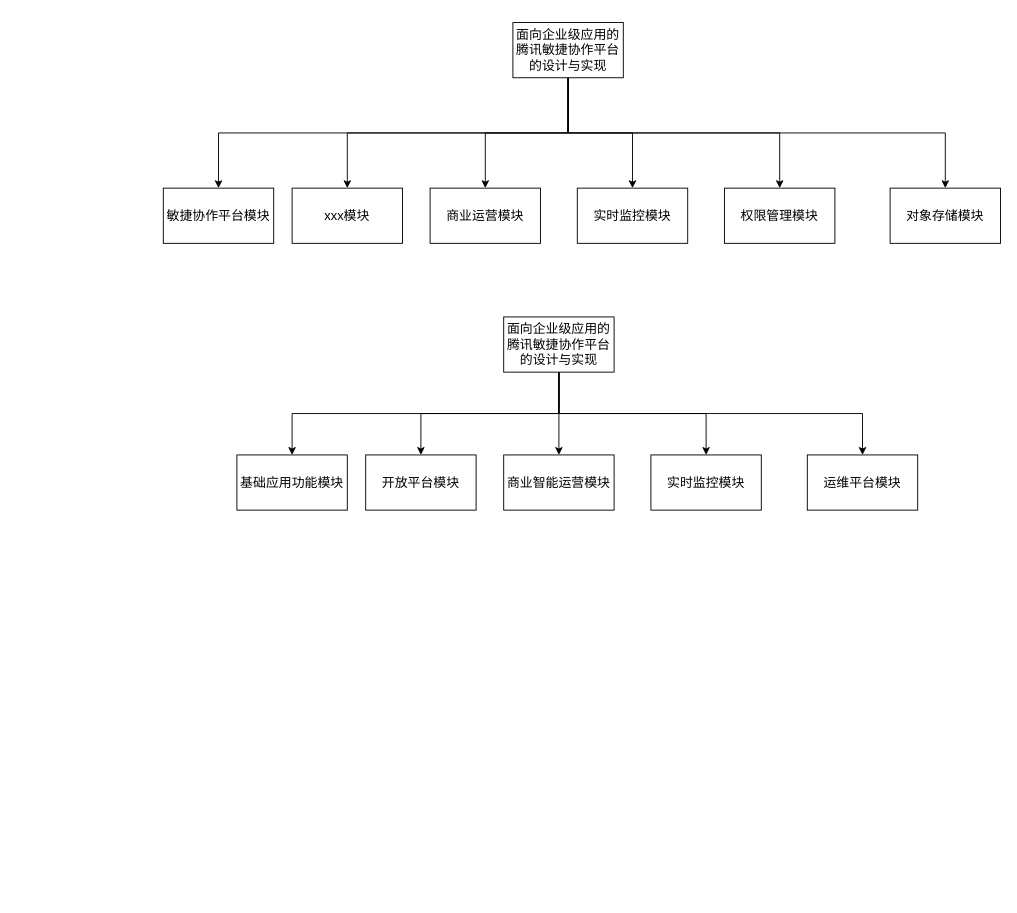
Before: system.drawio in qf2020/drawio, a draw.io diagram. Source tidied: cells renumbered, new cells numbered last; positions are measured from the earlier drawing's top-left corner, leaving out a move shared by most shapes. Both pictures are drawn from the tidied source at 92%, with x=0, y=0 at pixel (163, 22).
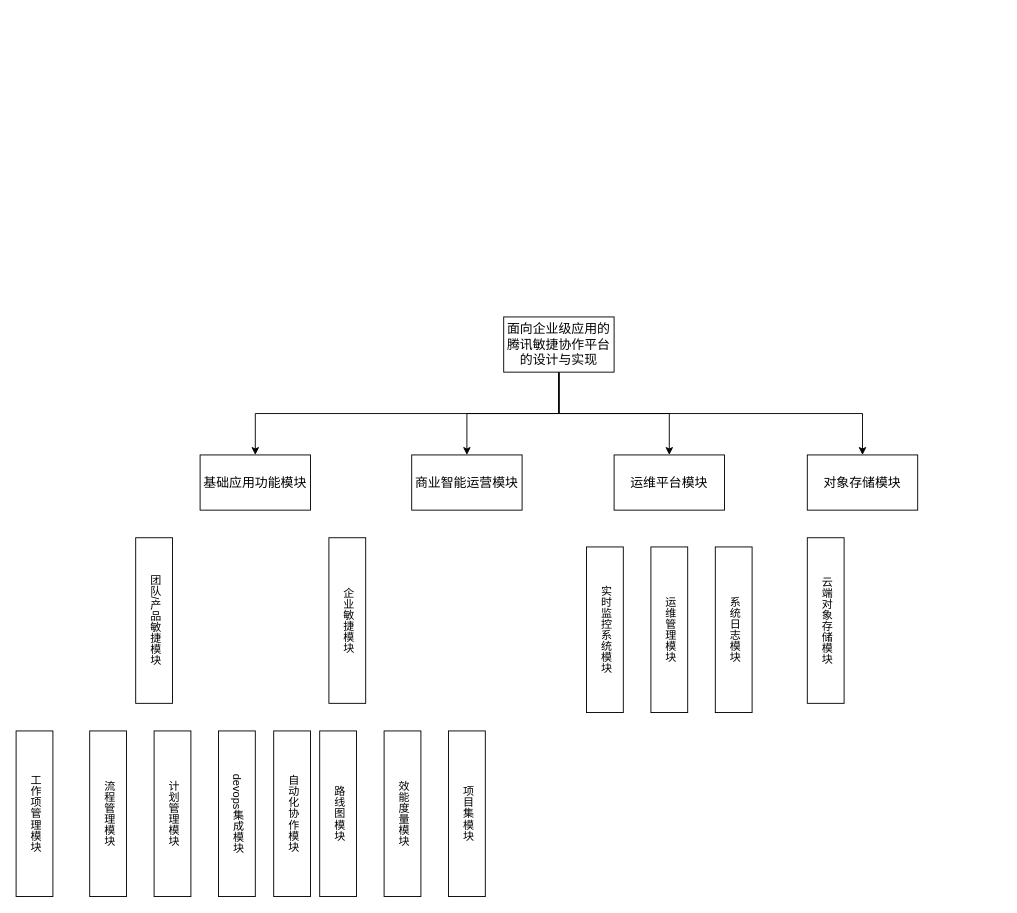
Above is the later version.

Unchanged cells that the change refers to:
```xml
<mxCell id="20" value="&lt;p class=&quot;MsoNormal&quot;&gt;&lt;span style=&quot;mso-spacerun:'yes';font-family:宋体;mso-bidi-font-family:'Times New Roman';&#10;mso-bidi-font-weight:bold;font-size:10.5000pt;mso-font-kerning:1.0000pt;&quot;&gt;&lt;font face=&quot;宋体&quot;&gt;面向企业级应用的腾讯敏捷协作平台的设计与实现&lt;/font&gt;&lt;/span&gt;&lt;/p&gt;" style="rounded=0;whiteSpace=wrap;html=1;" parent="1" vertex="1">
  <mxGeometry x="370" y="320" width="120" height="60" as="geometry" />
</mxCell>
```

Diff of the diagram source:
```diff
@@
-    <mxCell id="2" style="edgeStyle=orthogonalEdgeStyle;rounded=0;jettySize=auto;html=1;exitX=0.5;exitY=1;exitDx=0;exitDy=0;" parent="1" edge="1" source="8" target="12">
-      <mxGeometry relative="1" as="geometry" />
-    </mxCell>
-    <mxCell id="3" style="edgeStyle=orthogonalEdgeStyle;rounded=0;jettySize=auto;html=1;exitX=0.5;exitY=1;exitDx=0;exitDy=0;" parent="1" edge="1" source="8" target="11">
-      <mxGeometry relative="1" as="geometry" />
-    </mxCell>
-    <mxCell id="4" style="edgeStyle=orthogonalEdgeStyle;rounded=0;jettySize=auto;html=1;exitX=0.5;exitY=1;exitDx=0;exitDy=0;entryX=0.5;entryY=0;entryDx=0;entryDy=0;" parent="1" edge="1" source="8" target="10">
-      <mxGeometry relative="1" as="geometry" />
-    </mxCell>
-    <mxCell id="5" style="edgeStyle=orthogonalEdgeStyle;rounded=0;jettySize=auto;html=1;exitX=0.5;exitY=1;exitDx=0;exitDy=0;entryX=0.5;entryY=0;entryDx=0;entryDy=0;" parent="1" edge="1" source="8" target="9">
-      <mxGeometry relative="1" as="geometry" />
-    </mxCell>
-    <mxCell id="6" style="edgeStyle=orthogonalEdgeStyle;rounded=0;jettySize=auto;html=1;exitX=0.5;exitY=1;exitDx=0;exitDy=0;" parent="1" edge="1" source="8" target="13">
-      <mxGeometry relative="1" as="geometry" />
-    </mxCell>
-    <mxCell id="7" style="edgeStyle=orthogonalEdgeStyle;rounded=0;jettySize=auto;html=1;exitX=0.5;exitY=1;exitDx=0;exitDy=0;entryX=0.5;entryY=0;entryDx=0;entryDy=0;" parent="1" edge="1" source="8" target="14">
-      <mxGeometry relative="1" as="geometry" />
-    </mxCell>
-    <mxCell id="8" value="&lt;p class=&quot;MsoNormal&quot;&gt;&lt;span style=&quot;mso-spacerun:'yes';font-family:宋体;mso-bidi-font-family:'Times New Roman';&#10;mso-bidi-font-weight:bold;font-size:10.5000pt;mso-font-kerning:1.0000pt;&quot;&gt;&lt;font face=&quot;宋体&quot;&gt;面向企业级应用的腾讯敏捷协作平台的设计与实现&lt;/font&gt;&lt;/span&gt;&lt;/p&gt;" style="rounded=0;whiteSpace=wrap;html=1;" parent="1" vertex="1">
-      <mxGeometry x="380" width="120" height="60" as="geometry" />
-    </mxCell>
-    <mxCell id="9" value="&lt;p class=&quot;MsoNormal&quot;&gt;&lt;span style=&quot;mso-spacerun:'yes';font-family:宋体;mso-bidi-font-family:'Times New Roman';&lt;br/&gt;mso-bidi-font-weight:bold;font-size:10.5000pt;mso-font-kerning:1.0000pt;&quot;&gt;&lt;font face=&quot;宋体&quot;&gt;对象存储模块&lt;/font&gt;&lt;/span&gt;&lt;/p&gt;" style="rounded=0;whiteSpace=wrap;html=1;" parent="1" vertex="1">
-      <mxGeometry x="790" y="180" width="120" height="60" as="geometry" />
-    </mxCell>
-    <mxCell id="10" value="&lt;p class=&quot;MsoNormal&quot;&gt;&lt;font face=&quot;宋体&quot;&gt;&lt;span style=&quot;font-size: 14px;&quot;&gt;权限管理模块&lt;/span&gt;&lt;/font&gt;&lt;/p&gt;" style="rounded=0;whiteSpace=wrap;html=1;" parent="1" vertex="1">
-      <mxGeometry x="610" y="180" width="120" height="60" as="geometry" />
-    </mxCell>
-    <mxCell id="11" value="&lt;p class=&quot;MsoNormal&quot;&gt;&lt;span style=&quot;font-family: 宋体; font-size: 14px;&quot;&gt;实时监控模块&lt;/span&gt;&lt;/p&gt;" style="rounded=0;whiteSpace=wrap;html=1;" parent="1" vertex="1">
-      <mxGeometry x="450" y="180" width="120" height="60" as="geometry" />
-    </mxCell>
-    <mxCell id="12" value="&lt;p class=&quot;MsoNormal&quot;&gt;&lt;font face=&quot;宋体&quot;&gt;&lt;span style=&quot;font-size: 14px;&quot;&gt;敏捷协作平台模块&lt;/span&gt;&lt;/font&gt;&lt;/p&gt;" style="rounded=0;whiteSpace=wrap;html=1;" parent="1" vertex="1">
-      <mxGeometry y="180" width="120" height="60" as="geometry" />
-    </mxCell>
-    <mxCell id="13" value="&lt;p class=&quot;MsoNormal&quot;&gt;&lt;font face=&quot;宋体&quot;&gt;&lt;span style=&quot;font-size: 14px;&quot;&gt;商业运营模块&lt;/span&gt;&lt;/font&gt;&lt;/p&gt;" style="rounded=0;whiteSpace=wrap;html=1;" parent="1" vertex="1">
-      <mxGeometry x="290" y="180" width="120" height="60" as="geometry" />
-    </mxCell>
-    <mxCell id="14" value="&lt;p class=&quot;MsoNormal&quot;&gt;&lt;span style=&quot;font-family: 宋体; font-size: 14px;&quot;&gt;xxx模块&lt;/span&gt;&lt;/p&gt;" style="rounded=0;whiteSpace=wrap;html=1;" parent="1" vertex="1">
-      <mxGeometry x="140" y="180" width="120" height="60" as="geometry" />
-    </mxCell>
@@
-    <mxCell id="16" style="edgeStyle=orthogonalEdgeStyle;rounded=0;jettySize=auto;html=1;exitX=0.5;exitY=1;exitDx=0;exitDy=0;" parent="1" edge="1" source="20" target="22">
+    <mxCell id="16" style="edgeStyle=orthogonalEdgeStyle;rounded=0;jettySize=auto;html=1;exitX=0.5;exitY=1;exitDx=0;exitDy=0;entryX=0.5;entryY=0;entryDx=0;entryDy=0;" parent="1" edge="1" source="20" target="21">
       <mxGeometry relative="1" as="geometry" />
     </mxCell>
-    <mxCell id="17" style="edgeStyle=orthogonalEdgeStyle;rounded=0;jettySize=auto;html=1;exitX=0.5;exitY=1;exitDx=0;exitDy=0;entryX=0.5;entryY=0;entryDx=0;entryDy=0;" parent="1" edge="1" source="20" target="21">
+    <mxCell id="17" style="edgeStyle=orthogonalEdgeStyle;rounded=0;jettySize=auto;html=1;exitX=0.5;exitY=1;exitDx=0;exitDy=0;entryX=0.5;entryY=0;entryDx=0;entryDy=0;" parent="1" edge="1" source="20" target="9">
       <mxGeometry relative="1" as="geometry" />
     </mxCell>
@@
-    <mxCell id="19" style="edgeStyle=orthogonalEdgeStyle;rounded=0;jettySize=auto;html=1;exitX=0.5;exitY=1;exitDx=0;exitDy=0;entryX=0.5;entryY=0;entryDx=0;entryDy=0;" parent="1" edge="1" source="20" target="25">
-      <mxGeometry relative="1" as="geometry" />
-    </mxCell>
@@
-    <mxCell id="21" value="&lt;p class=&quot;MsoNormal&quot;&gt;&lt;span style=&quot;mso-spacerun:'yes';font-family:宋体;mso-bidi-font-family:'Times New Roman';&lt;br/&gt;mso-bidi-font-weight:bold;font-size:10.5000pt;mso-font-kerning:1.0000pt;&quot;&gt;&lt;font face=&quot;宋体&quot;&gt;运维平台模块&lt;/font&gt;&lt;/span&gt;&lt;/p&gt;" style="rounded=0;whiteSpace=wrap;html=1;" parent="1" vertex="1">
-      <mxGeometry x="700" y="470" width="120" height="60" as="geometry" />
-    </mxCell>
-    <mxCell id="22" value="&lt;p class=&quot;MsoNormal&quot;&gt;&lt;span style=&quot;font-family: 宋体; font-size: 14px;&quot;&gt;实时监控模块&lt;/span&gt;&lt;/p&gt;" style="rounded=0;whiteSpace=wrap;html=1;" parent="1" vertex="1">
-      <mxGeometry x="530" y="470" width="120" height="60" as="geometry" />
-    </mxCell>
     <mxCell id="23" value="&lt;p class=&quot;MsoNormal&quot;&gt;&lt;font face=&quot;宋体&quot;&gt;&lt;span style=&quot;font-size: 14px;&quot;&gt;基础应用功能模块&lt;/span&gt;&lt;/font&gt;&lt;/p&gt;" style="rounded=0;whiteSpace=wrap;html=1;" parent="1" vertex="1">
-      <mxGeometry x="80" y="470" width="120" height="60" as="geometry" />
+      <mxGeometry x="40" y="470" width="120" height="60" as="geometry" />
     </mxCell>
     <mxCell id="24" value="&lt;p class=&quot;MsoNormal&quot;&gt;&lt;font face=&quot;宋体&quot;&gt;&lt;span style=&quot;font-size: 14px;&quot;&gt;商业智能运营模块&lt;/span&gt;&lt;/font&gt;&lt;/p&gt;" style="rounded=0;whiteSpace=wrap;html=1;" parent="1" vertex="1">
-      <mxGeometry x="370" y="470" width="120" height="60" as="geometry" />
+      <mxGeometry x="270" y="470" width="120" height="60" as="geometry" />
     </mxCell>
-    <mxCell id="25" value="&lt;p class=&quot;MsoNormal&quot;&gt;&lt;span style=&quot;font-family: 宋体; font-size: 14px;&quot;&gt;开放平台模块&lt;/span&gt;&lt;/p&gt;" style="rounded=0;whiteSpace=wrap;html=1;" parent="1" vertex="1">
-      <mxGeometry x="220" y="470" width="120" height="60" as="geometry" />
-    </mxCell>
+    <mxCell id="9" value="&lt;p class=&quot;MsoNormal&quot;&gt;&lt;span style=&quot;mso-spacerun:'yes';font-family:宋体;mso-bidi-font-family:'Times New Roman';&lt;br/&gt;mso-bidi-font-weight:bold;font-size:10.5000pt;mso-font-kerning:1.0000pt;&quot;&gt;&lt;font face=&quot;宋体&quot;&gt;对象存储模块&lt;/font&gt;&lt;/span&gt;&lt;/p&gt;" style="rounded=0;whiteSpace=wrap;html=1;" parent="1" vertex="1">
+      <mxGeometry x="700" y="470" width="120" height="60" as="geometry" />
+    </mxCell>
+    <mxCell id="21" value="&lt;p class=&quot;MsoNormal&quot;&gt;&lt;span style=&quot;mso-spacerun:'yes';font-family:宋体;mso-bidi-font-family:'Times New Roman';&lt;br/&gt;mso-bidi-font-weight:bold;font-size:10.5000pt;mso-font-kerning:1.0000pt;&quot;&gt;&lt;font face=&quot;宋体&quot;&gt;运维平台模块&lt;/font&gt;&lt;/span&gt;&lt;/p&gt;" style="rounded=0;whiteSpace=wrap;html=1;" parent="1" vertex="1">
+      <mxGeometry x="490" y="470" width="120" height="60" as="geometry" />
+    </mxCell>
+    <mxCell id="26" value="团队/产品敏捷模块" style="rounded=0;whiteSpace=wrap;html=1;textDirection=vertical-rl;" parent="1" vertex="1">
+      <mxGeometry x="-30" y="560" width="40" height="180" as="geometry" />
+    </mxCell>
+    <mxCell id="27" value="企业敏捷模块" style="rounded=0;whiteSpace=wrap;html=1;textDirection=vertical-rl;" parent="1" vertex="1">
+      <mxGeometry x="180" y="560" width="40" height="180" as="geometry" />
+    </mxCell>
+    <mxCell id="28" value="工作项管理模块" style="rounded=0;whiteSpace=wrap;html=1;textDirection=vertical-rl;" parent="1" vertex="1">
+      <mxGeometry x="-160" y="770" width="40" height="180" as="geometry" />
+    </mxCell>
+    <mxCell id="29" value="流程管理模块" style="rounded=0;whiteSpace=wrap;html=1;textDirection=vertical-rl;" parent="1" vertex="1">
+      <mxGeometry x="-80" y="770" width="40" height="180" as="geometry" />
+    </mxCell>
+    <mxCell id="30" value="计划管理模块" style="rounded=0;whiteSpace=wrap;html=1;textDirection=vertical-rl;" parent="1" vertex="1">
+      <mxGeometry x="-10" y="770" width="40" height="180" as="geometry" />
+    </mxCell>
+    <mxCell id="31" value="路线图模块" style="rounded=0;whiteSpace=wrap;html=1;textDirection=vertical-rl;" parent="1" vertex="1">
+      <mxGeometry x="170" y="770" width="40" height="180" as="geometry" />
+    </mxCell>
+    <mxCell id="32" value="效能度量模块" style="rounded=0;whiteSpace=wrap;html=1;textDirection=vertical-rl;" parent="1" vertex="1">
+      <mxGeometry x="240" y="770" width="40" height="180" as="geometry" />
+    </mxCell>
+    <mxCell id="33" value="项目集模块" style="rounded=0;whiteSpace=wrap;html=1;textDirection=vertical-rl;" parent="1" vertex="1">
+      <mxGeometry x="310" y="770" width="40" height="180" as="geometry" />
+    </mxCell>
+    <mxCell id="34" value="devops集成模块" style="rounded=0;whiteSpace=wrap;html=1;textDirection=vertical-rl;" parent="1" vertex="1">
+      <mxGeometry x="60" y="770" width="40" height="180" as="geometry" />
+    </mxCell>
+    <mxCell id="35" value="自动化协作模块" style="rounded=0;whiteSpace=wrap;html=1;textDirection=vertical-rl;" parent="1" vertex="1">
+      <mxGeometry x="120" y="770" width="40" height="180" as="geometry" />
+    </mxCell>
+    <mxCell id="36" value="云端对象存储模块" style="rounded=0;whiteSpace=wrap;html=1;textDirection=vertical-rl;" parent="1" vertex="1">
+      <mxGeometry x="700" y="560" width="40" height="180" as="geometry" />
+    </mxCell>
+    <mxCell id="37" value="实时监控系统模块" style="rounded=0;whiteSpace=wrap;html=1;textDirection=vertical-rl;" parent="1" vertex="1">
+      <mxGeometry x="460" y="570" width="40" height="180" as="geometry" />
+    </mxCell>
+    <mxCell id="38" value="运维管理模块" style="rounded=0;whiteSpace=wrap;html=1;textDirection=vertical-rl;" parent="1" vertex="1">
+      <mxGeometry x="530" y="570" width="40" height="180" as="geometry" />
+    </mxCell>
+    <mxCell id="39" value="系统日志模块" style="rounded=0;whiteSpace=wrap;html=1;textDirection=vertical-rl;" parent="1" vertex="1">
+      <mxGeometry x="600" y="570" width="40" height="180" as="geometry" />
+    </mxCell>
```
